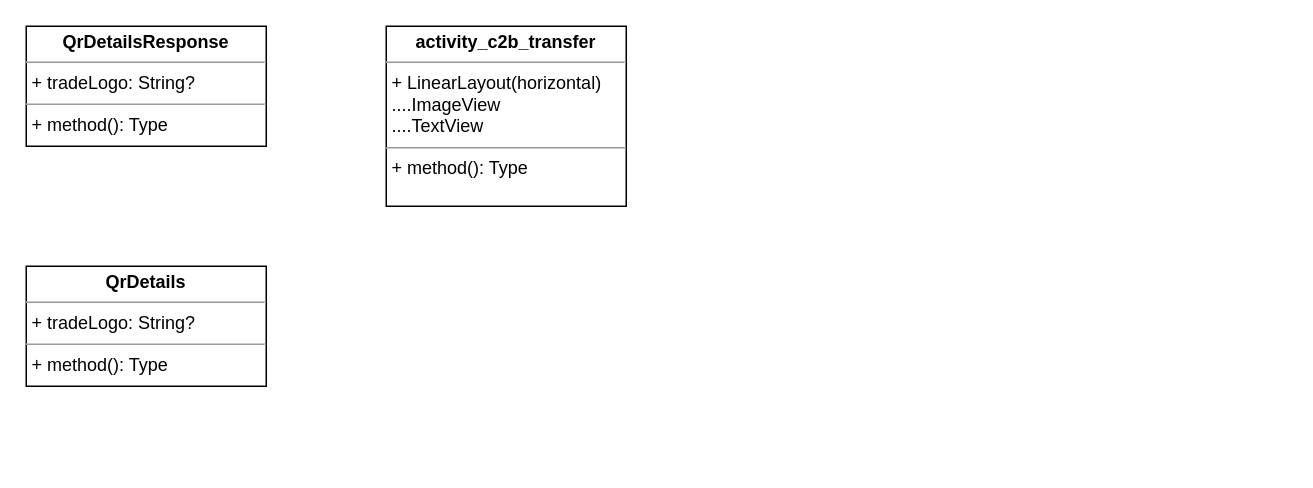
Before: UNI-17696.drawio in ShiryaevNikolay/diagrams, a draw.io diagram. Source tidied: cells renumbered, new cells numbered last; positions are measured from the earlier drawing's top-left corner, leaving out a move shared by most shapes. Both pictures are drawn from the tidied source at 150%, with x=0, y=0 at pixel (26, 26).
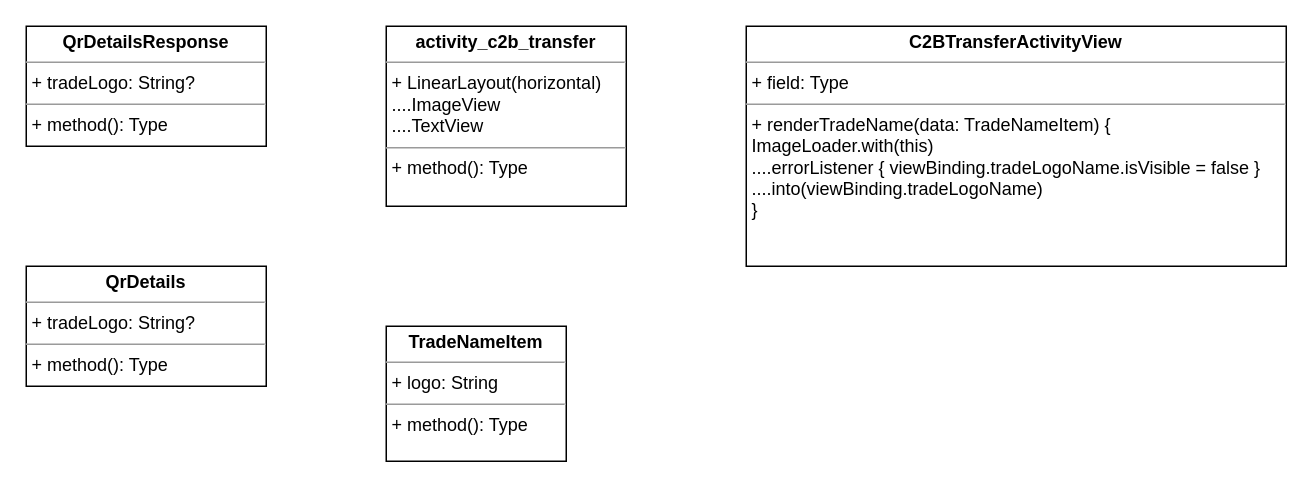
After the change.

Change to the diagram source:
```diff
@@
 <mxGraphModel>
   <root>
     <mxCell id="0" />
     <mxCell id="1" parent="0" />
     <mxCell id="2" value="&lt;p style=&quot;margin:0px;margin-top:4px;text-align:center;&quot;&gt;&lt;b&gt;QrDetailsResponse&lt;/b&gt;&lt;/p&gt;&lt;hr size=&quot;1&quot;&gt;&lt;p style=&quot;margin:0px;margin-left:4px;&quot;&gt;+ tradeLogo: String?&lt;br&gt;&lt;/p&gt;&lt;hr size=&quot;1&quot;&gt;&lt;p style=&quot;margin:0px;margin-left:4px;&quot;&gt;+ method(): Type&lt;/p&gt;" style="verticalAlign=top;align=left;overflow=fill;fontSize=12;fontFamily=Helvetica;html=1;" parent="1" vertex="1">
       <mxGeometry width="160" height="80" as="geometry" />
     </mxCell>
     <mxCell id="3" value="&lt;p style=&quot;margin:0px;margin-top:4px;text-align:center;&quot;&gt;&lt;b&gt;QrDetails&lt;/b&gt;&lt;/p&gt;&lt;hr size=&quot;1&quot;&gt;&lt;p style=&quot;margin:0px;margin-left:4px;&quot;&gt;+ tradeLogo: String?&lt;br&gt;&lt;/p&gt;&lt;hr size=&quot;1&quot;&gt;&lt;p style=&quot;margin:0px;margin-left:4px;&quot;&gt;+ method(): Type&lt;/p&gt;" style="verticalAlign=top;align=left;overflow=fill;fontSize=12;fontFamily=Helvetica;html=1;" parent="1" vertex="1">
       <mxGeometry y="160" width="160" height="80" as="geometry" />
     </mxCell>
     <mxCell id="4" value="&lt;p style=&quot;margin:0px;margin-top:4px;text-align:center;&quot;&gt;&lt;b&gt;activity_c2b_transfer&lt;/b&gt;&lt;/p&gt;&lt;hr size=&quot;1&quot;&gt;&lt;p style=&quot;margin:0px;margin-left:4px;&quot;&gt;+ LinearLayout(horizontal)&lt;/p&gt;&lt;p style=&quot;margin:0px;margin-left:4px;&quot;&gt;....ImageView&lt;/p&gt;&lt;p style=&quot;margin:0px;margin-left:4px;&quot;&gt;....TextView&lt;br&gt;&lt;/p&gt;&lt;hr size=&quot;1&quot;&gt;&lt;p style=&quot;margin:0px;margin-left:4px;&quot;&gt;+ method(): Type&lt;/p&gt;" style="verticalAlign=top;align=left;overflow=fill;fontSize=12;fontFamily=Helvetica;html=1;" parent="1" vertex="1">
       <mxGeometry x="240" width="160" height="120" as="geometry" />
     </mxCell>
+    <mxCell id="5" value="&lt;p style=&quot;margin:0px;margin-top:4px;text-align:center;&quot;&gt;&lt;b&gt;C2BTransferActivityView&lt;/b&gt;&lt;/p&gt;&lt;hr size=&quot;1&quot;&gt;&lt;p style=&quot;margin:0px;margin-left:4px;&quot;&gt;+ field: Type&lt;/p&gt;&lt;hr size=&quot;1&quot;&gt;&lt;p style=&quot;margin:0px;margin-left:4px;&quot;&gt;+ renderTradeName(data: TradeNameItem) {&lt;/p&gt;&lt;p style=&quot;margin:0px;margin-left:4px;&quot;&gt;ImageLoader.with(this)&lt;/p&gt;&lt;p style=&quot;margin:0px;margin-left:4px;&quot;&gt;....errorListener { viewBinding.tradeLogoName.isVisible = false }&lt;br&gt;&lt;/p&gt;&lt;p style=&quot;margin:0px;margin-left:4px;&quot;&gt;....into(viewBinding.tradeLogoName)&lt;br&gt;&lt;/p&gt;&lt;p style=&quot;margin:0px;margin-left:4px;&quot;&gt;}&lt;br&gt;&lt;/p&gt;" style="verticalAlign=top;align=left;overflow=fill;fontSize=12;fontFamily=Helvetica;html=1;" parent="1" vertex="1">
+      <mxGeometry x="480" width="360" height="160" as="geometry" />
+    </mxCell>
+    <mxCell id="6" value="&lt;p style=&quot;margin:0px;margin-top:4px;text-align:center;&quot;&gt;&lt;b&gt;TradeNameItem&lt;/b&gt;&lt;/p&gt;&lt;hr size=&quot;1&quot;&gt;&lt;p style=&quot;margin:0px;margin-left:4px;&quot;&gt;+ logo: String&lt;br&gt;&lt;/p&gt;&lt;hr size=&quot;1&quot;&gt;&lt;p style=&quot;margin:0px;margin-left:4px;&quot;&gt;+ method(): Type&lt;/p&gt;" style="verticalAlign=top;align=left;overflow=fill;fontSize=12;fontFamily=Helvetica;html=1;" parent="1" vertex="1">
+      <mxGeometry x="240" y="200" width="120" height="90" as="geometry" />
+    </mxCell>
   </root>
 </mxGraphModel>
```
